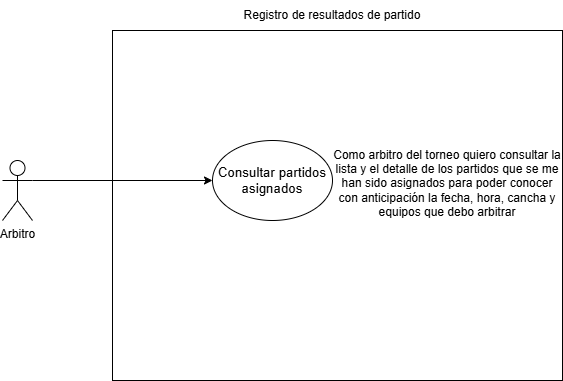
Above: docs/uml/CU-16.png in JuanTellez125/TECHCUP (draw.io), before the change. Source tidied: cells renumbered, new cells last; positions are measured from the earlier drawing's top-left corner, leaving out a move shared by most shapes. The source it was exported from:
```xml
<mxGraphModel>
  <root>
    <mxCell id="0" />
    <mxCell id="1" parent="0" />
    <mxCell id="2" value="Arbitro" style="shape=umlActor;verticalLabelPosition=bottom;verticalAlign=top;html=1;outlineConnect=0;" parent="1" vertex="1">
      <mxGeometry y="160" width="30" height="60" as="geometry" />
    </mxCell>
    <mxCell id="3" style="rounded=0;whiteSpace=wrap;html=1;" parent="1" vertex="1">
      <mxGeometry x="110" y="30" width="450" height="350" as="geometry" />
    </mxCell>
    <mxCell id="4" value="&lt;span style=&quot;font-size:10.0pt;font-family:&amp;quot;Arial&amp;quot;,sans-serif;&lt;br/&gt;mso-fareast-font-family:Arial;mso-ansi-language:ES-MX;mso-fareast-language:&lt;br/&gt;ES-MX;mso-bidi-language:AR-SA&quot;&gt;Consultar partidos asignados&lt;/span&gt;" style="ellipse;whiteSpace=wrap;html=1;" parent="1" vertex="1">
      <mxGeometry x="210" y="140" width="120" height="80" as="geometry" />
    </mxCell>
    <mxCell id="5" style="endArrow=classic;html=1;rounded=0;exitX=1;exitY=0.3333333333333333;exitDx=0;exitDy=0;exitPerimeter=0;entryX=0;entryY=0.5;entryDx=0;entryDy=0;" parent="1" edge="1" source="2" target="4">
      <mxGeometry relative="1" as="geometry" />
    </mxCell>
    <mxCell id="6" value="Como arbitro del torneo quiero consultar la lista y el detalle de los partidos que se me han sido asignados para poder conocer con anticipación la fecha, hora, cancha y equipos que debo arbitrar" style="text;html=1;whiteSpace=wrap;strokeColor=none;fillColor=none;align=center;verticalAlign=middle;rounded=0;" parent="1" vertex="1">
      <mxGeometry x="330" y="145" width="230" height="75" as="geometry" />
    </mxCell>
    <mxCell id="7" value="Registro de resultados de partido" style="text;html=1;whiteSpace=wrap;strokeColor=none;fillColor=none;align=center;verticalAlign=middle;rounded=0;" parent="1" vertex="1">
      <mxGeometry x="220" width="220" height="30" as="geometry" />
    </mxCell>
  </root>
</mxGraphModel>
```
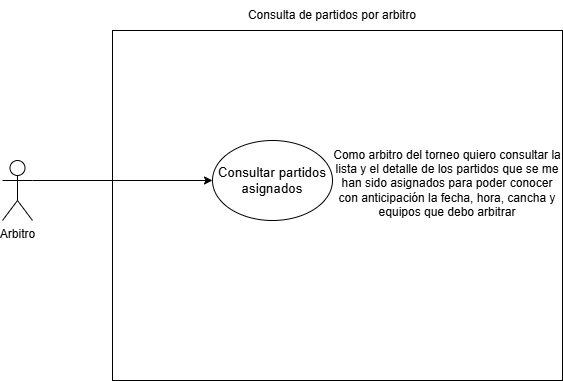
Above is the later version.

Change to the diagram source:
```diff
@@ -17,7 +17,7 @@
     <mxCell id="6" value="Como arbitro del torneo quiero consultar la lista y el detalle de los partidos que se me han sido asignados para poder conocer con anticipación la fecha, hora, cancha y equipos que debo arbitrar" style="text;html=1;whiteSpace=wrap;strokeColor=none;fillColor=none;align=center;verticalAlign=middle;rounded=0;" parent="1" vertex="1">
       <mxGeometry x="330" y="145" width="230" height="75" as="geometry" />
     </mxCell>
-    <mxCell id="7" value="Registro de resultados de partido" style="text;html=1;whiteSpace=wrap;strokeColor=none;fillColor=none;align=center;verticalAlign=middle;rounded=0;" parent="1" vertex="1">
+    <mxCell id="7" value="Consulta de partidos por arbitro" style="text;html=1;whiteSpace=wrap;strokeColor=none;fillColor=none;align=center;verticalAlign=middle;rounded=0;" parent="1" vertex="1">
       <mxGeometry x="220" width="220" height="30" as="geometry" />
     </mxCell>
   </root>
```
